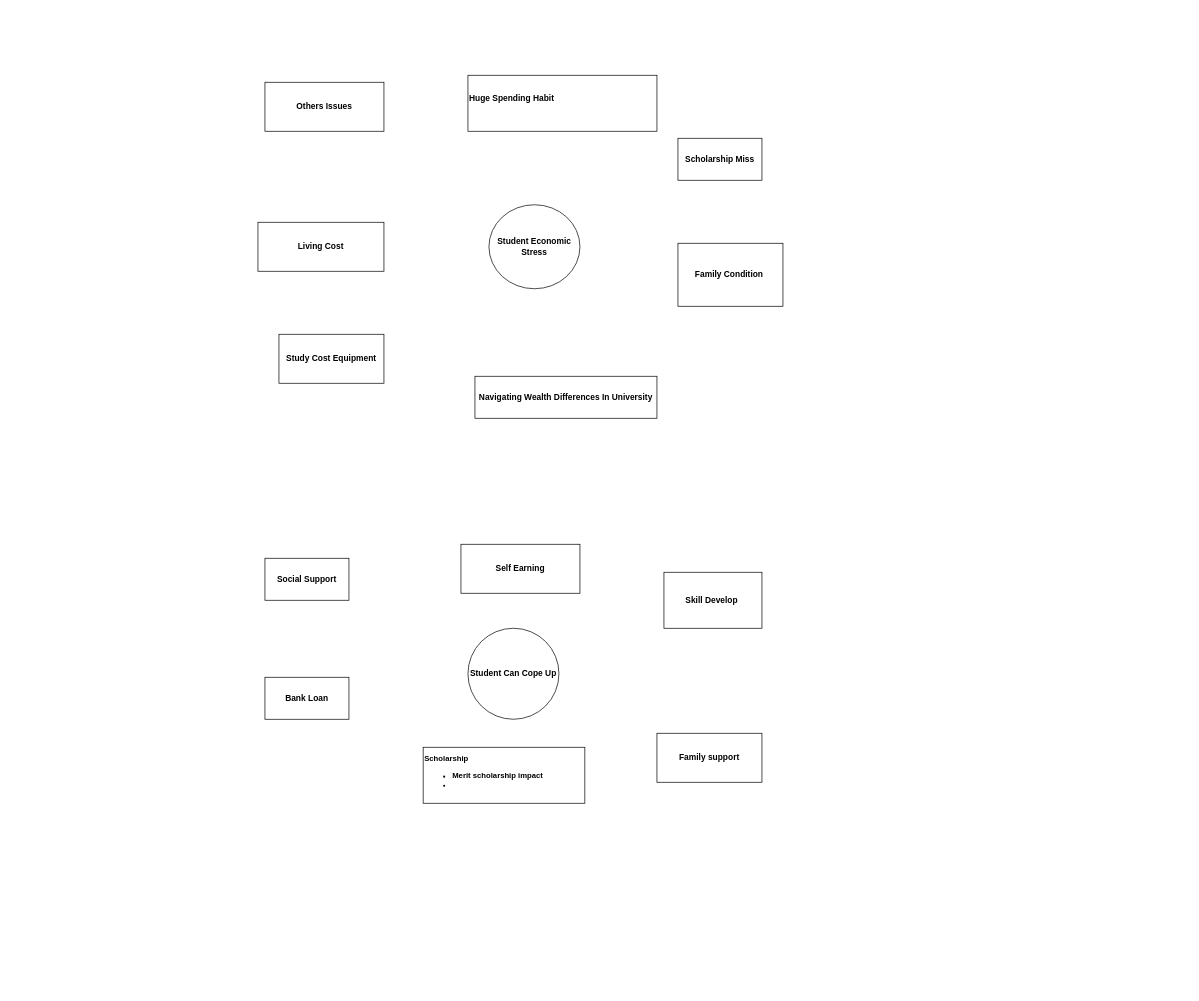
This is thesis.drawio from axif0/thesis, a draw.io file, before an edit. Source tidied: cells renumbered, new cells numbered last; positions are measured from the earlier drawing's top-left corner, leaving out a move shared by most shapes. Both pictures are drawn from the tidied source at 70%, with x=0, y=0 at pixel (258, 75).
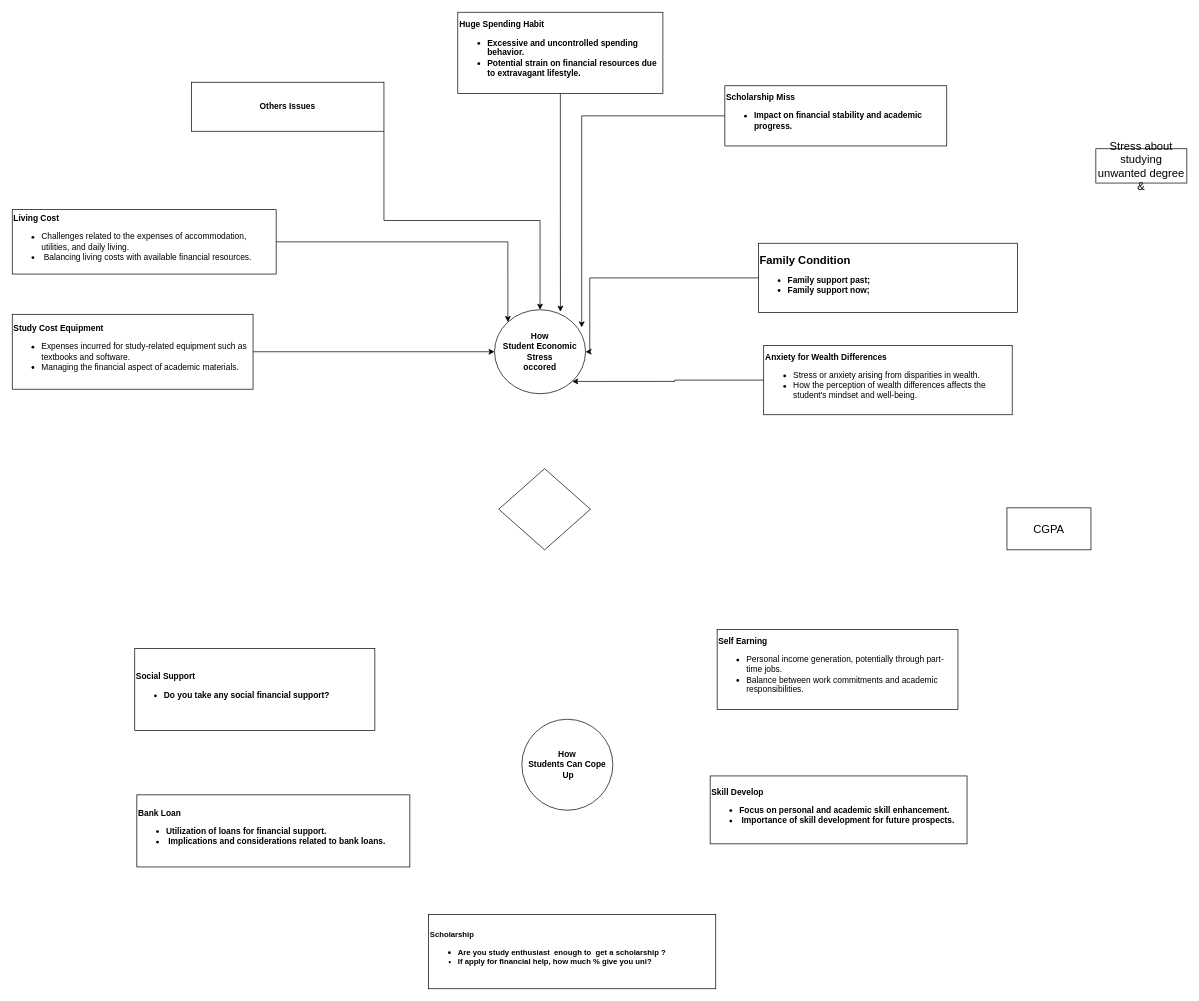
The same page after the edit.

Change to the diagram source:
```diff
@@
-    <mxCell id="2" value="&lt;b&gt;Student Economic Stress&lt;/b&gt;" style="ellipse;whiteSpace=wrap;html=1;" parent="1" vertex="1">
-      <mxGeometry x="330" y="185" width="130" height="120" as="geometry" />
+    <mxCell id="2" value="&lt;b&gt;How&lt;br&gt;Student Economic Stress&lt;br&gt;occored&lt;br&gt;&lt;/b&gt;" style="ellipse;whiteSpace=wrap;html=1;" parent="1" vertex="1">
+      <mxGeometry x="338" y="335" width="130" height="120" as="geometry" />
     </mxCell>
+    <mxCell id="17" style="edgeStyle=orthogonalEdgeStyle;rounded=0;jettySize=auto;html=1;exitX=1;exitY=1;exitDx=0;exitDy=0;" parent="1" edge="1" source="3" target="2">
+      <mxGeometry relative="1" as="geometry" />
+    </mxCell>
     <mxCell id="3" value="&lt;b&gt;Others Issues&lt;/b&gt;" style="rounded=0;whiteSpace=wrap;html=1;" parent="1" vertex="1">
-      <mxGeometry x="10" y="10" width="170" height="70" as="geometry" />
+      <mxGeometry x="-95" y="10" width="275" height="70" as="geometry" />
     </mxCell>
-    <mxCell id="4" value="&lt;b&gt;Huge Spending Habit&lt;br&gt;&lt;/b&gt;&lt;br&gt;" style="rounded=0;whiteSpace=wrap;html=1;align=left;" parent="1" vertex="1">
-      <mxGeometry x="300" width="270" height="80" as="geometry" />
+    <mxCell id="4" value="&lt;b&gt;Huge Spending Habit&lt;br&gt;&lt;ul&gt;&lt;li&gt;Excessive and uncontrolled spending behavior.&amp;nbsp;&lt;/li&gt;&lt;li&gt;Potential strain on financial resources due to extravagant lifestyle.&lt;/li&gt;&lt;/ul&gt;&lt;/b&gt;" style="rounded=0;whiteSpace=wrap;html=1;align=left;" parent="1" vertex="1">
+      <mxGeometry x="285.5" y="-90" width="293" height="116" as="geometry" />
     </mxCell>
-    <mxCell id="5" value="&lt;b&gt;Scholarship Miss&lt;/b&gt;" style="rounded=0;whiteSpace=wrap;html=1;" parent="1" vertex="1">
-      <mxGeometry x="600" y="90" width="120" height="60" as="geometry" />
+    <mxCell id="5" value="&lt;b&gt;Scholarship Miss&lt;/b&gt;&lt;br&gt;&lt;ul&gt;&lt;li&gt;&lt;b&gt;Impact on financial stability and academic progress.&lt;/b&gt;&lt;/li&gt;&lt;/ul&gt;" style="rounded=0;whiteSpace=wrap;html=1;align=left;" parent="1" vertex="1">
+      <mxGeometry x="667" y="15" width="317" height="86" as="geometry" />
     </mxCell>
+    <mxCell id="18" style="edgeStyle=orthogonalEdgeStyle;rounded=0;jettySize=auto;html=1;entryX=0;entryY=0;entryDx=0;entryDy=0;" parent="1" edge="1" source="6" target="2">
+      <mxGeometry relative="1" as="geometry" />
+    </mxCell>
-    <mxCell id="6" value="&lt;b&gt;Living Cost&lt;/b&gt;" style="rounded=0;whiteSpace=wrap;html=1;" parent="1" vertex="1">
-      <mxGeometry y="210" width="180" height="70" as="geometry" />
+    <mxCell id="6" value="&lt;b&gt;Living Cost&lt;/b&gt;&lt;br&gt;&lt;ul&gt;&lt;li&gt;Challenges related to the expenses of accommodation, utilities, and daily living.&lt;/li&gt;&lt;li&gt;&amp;nbsp;Balancing living costs with available financial resources.&lt;/li&gt;&lt;/ul&gt;" style="rounded=0;whiteSpace=wrap;html=1;align=left;" parent="1" vertex="1">
+      <mxGeometry x="-351" y="192" width="377" height="92" as="geometry" />
     </mxCell>
+    <mxCell id="19" style="edgeStyle=orthogonalEdgeStyle;rounded=0;jettySize=auto;html=1;" parent="1" edge="1" source="7" target="2">
+      <mxGeometry relative="1" as="geometry">
+        <Array as="points">
+          <mxPoint x="474" y="290" />
+          <mxPoint x="474" y="395" />
+        </Array>
+      </mxGeometry>
+    </mxCell>
-    <mxCell id="7" value="&lt;b&gt;Family Condition&amp;nbsp;&lt;/b&gt;" style="rounded=0;whiteSpace=wrap;html=1;" parent="1" vertex="1">
-      <mxGeometry x="600" y="240" width="150" height="90" as="geometry" />
+    <mxCell id="7" value="&lt;b style=&quot;&quot;&gt;&lt;span style=&quot;font-size: 16px;&quot;&gt;Family Condition&amp;nbsp;&lt;/span&gt;&lt;br&gt;&lt;ul&gt;&lt;li&gt;&lt;span style=&quot;background-color: transparent; font-family: Arial, sans-serif;&quot;&gt;Family support past;&amp;nbsp;&lt;/span&gt;&lt;br&gt;&lt;/li&gt;&lt;li&gt;&lt;span style=&quot;font-family: Arial, sans-serif; background-color: transparent; font-variant-numeric: normal; font-variant-east-asian: normal; font-variant-alternates: normal; font-variant-position: normal; vertical-align: baseline;&quot;&gt;&lt;font style=&quot;font-size: 12px;&quot;&gt;Family support now;&amp;nbsp;&lt;/font&gt;&lt;/span&gt;&lt;/li&gt;&lt;/ul&gt;&lt;/b&gt;&lt;p style=&quot;line-height: 1.8; margin-left: 144pt; margin-top: 0pt; margin-bottom: 0pt;&quot; dir=&quot;ltr&quot;&gt;&lt;/p&gt;&lt;p style=&quot;line-height: 1.8; margin-left: 144pt; margin-top: 0pt; margin-bottom: 0pt;&quot; dir=&quot;ltr&quot;&gt;&lt;/p&gt;&lt;div style=&quot;&quot;&gt;&lt;/div&gt;&lt;p style=&quot;&quot;&gt;&lt;/p&gt;&lt;p&gt;&lt;/p&gt;&lt;span id=&quot;docs-internal-guid-e3f19381-7fff-3e35-3ddc-5be22db2a7ea&quot;&gt;&lt;/span&gt;" style="rounded=0;whiteSpace=wrap;html=1;align=left;" parent="1" vertex="1">
+      <mxGeometry x="715" y="240" width="370" height="99" as="geometry" />
     </mxCell>
-    <mxCell id="8" value="&lt;b&gt;Navigating Wealth Differences In University&lt;/b&gt;" style="rounded=0;whiteSpace=wrap;html=1;" parent="1" vertex="1">
-      <mxGeometry x="310" y="430" width="260" height="60" as="geometry" />
+    <mxCell id="8" value="&lt;b&gt;Anxiety for Wealth Differences&amp;nbsp;&lt;br&gt;&lt;/b&gt;&lt;ul&gt;&lt;li&gt;Stress or anxiety arising from disparities in wealth.&amp;nbsp;&lt;/li&gt;&lt;li&gt;How the perception of wealth differences affects the student's mindset and well-being.&lt;/li&gt;&lt;/ul&gt;" style="rounded=0;whiteSpace=wrap;html=1;align=left;" parent="1" vertex="1">
+      <mxGeometry x="722.5" y="386" width="355" height="99" as="geometry" />
     </mxCell>
+    <mxCell id="20" style="edgeStyle=orthogonalEdgeStyle;rounded=0;jettySize=auto;html=1;entryX=0;entryY=0.5;entryDx=0;entryDy=0;" parent="1" edge="1" source="9" target="2">
+      <mxGeometry relative="1" as="geometry" />
+    </mxCell>
-    <mxCell id="9" value="&lt;b&gt;Study Cost Equipment&lt;/b&gt;" style="rounded=0;whiteSpace=wrap;html=1;" parent="1" vertex="1">
-      <mxGeometry x="30" y="370" width="150" height="70" as="geometry" />
+    <mxCell id="9" value="&lt;b&gt;Study Cost Equipment&lt;/b&gt;&lt;br&gt;&lt;ul&gt;&lt;li&gt;Expenses incurred for study-related equipment such as textbooks and software.&amp;nbsp;&lt;/li&gt;&lt;li&gt;Managing the financial aspect of academic materials.&lt;/li&gt;&lt;/ul&gt;" style="rounded=0;whiteSpace=wrap;html=1;align=left;" parent="1" vertex="1">
+      <mxGeometry x="-351" y="341.5" width="344" height="107" as="geometry" />
     </mxCell>
-    <mxCell id="10" value="&lt;b&gt;Student Can Cope Up&lt;/b&gt;" style="ellipse;whiteSpace=wrap;html=1;" parent="1" vertex="1">
-      <mxGeometry x="300" y="790" width="130" height="130" as="geometry" />
+    <mxCell id="10" value="&lt;b&gt;How&lt;br&gt;Students Can Cope&lt;br&gt;&amp;nbsp;Up&lt;/b&gt;" style="ellipse;whiteSpace=wrap;html=1;" parent="1" vertex="1">
+      <mxGeometry x="377" y="920" width="130" height="130" as="geometry" />
     </mxCell>
-    <mxCell id="11" value="&lt;b&gt;Self Earning&lt;/b&gt;" style="rounded=0;whiteSpace=wrap;html=1;" parent="1" vertex="1">
-      <mxGeometry x="290" y="670" width="170" height="70" as="geometry" />
+    <mxCell id="11" value="&lt;b&gt;Self Earning&lt;/b&gt;&lt;br&gt;&lt;ul&gt;&lt;li&gt;Personal income generation, potentially through part-time jobs.&amp;nbsp;&lt;/li&gt;&lt;li&gt;Balance between work commitments and academic responsibilities.&lt;/li&gt;&lt;/ul&gt;" style="rounded=0;whiteSpace=wrap;html=1;align=left;" parent="1" vertex="1">
+      <mxGeometry x="656" y="792" width="344" height="114" as="geometry" />
     </mxCell>
-    <mxCell id="12" value="&lt;b&gt;Social Support&lt;/b&gt;" style="rounded=0;whiteSpace=wrap;html=1;" parent="1" vertex="1">
-      <mxGeometry x="10" y="690" width="120" height="60" as="geometry" />
+    <mxCell id="12" value="&lt;b&gt;Social Support&lt;/b&gt;&lt;br&gt;&lt;ul&gt;&lt;li&gt;&lt;b&gt;Do you take any social financial support?&lt;/b&gt;&lt;/li&gt;&lt;/ul&gt;" style="rounded=0;whiteSpace=wrap;html=1;align=left;" parent="1" vertex="1">
+      <mxGeometry x="-176" y="819" width="343" height="117" as="geometry" />
     </mxCell>
-    <mxCell id="13" value="&lt;b&gt;Bank Loan&lt;/b&gt;" style="rounded=0;whiteSpace=wrap;html=1;" parent="1" vertex="1">
-      <mxGeometry x="10" y="860" width="120" height="60" as="geometry" />
+    <mxCell id="13" value="&lt;b&gt;Bank Loan&lt;/b&gt;&lt;br&gt;&lt;ul style=&quot;&quot;&gt;&lt;li style=&quot;&quot;&gt;&lt;b&gt;Utilization of loans for financial support.&lt;/b&gt;&lt;/li&gt;&lt;li style=&quot;&quot;&gt;&lt;b&gt;&amp;nbsp;Implications and considerations related to bank loans.&lt;/b&gt;&lt;br&gt;&lt;/li&gt;&lt;/ul&gt;" style="rounded=0;whiteSpace=wrap;html=1;align=left;" parent="1" vertex="1">
+      <mxGeometry x="-173" y="1028" width="390" height="103" as="geometry" />
     </mxCell>
-    <mxCell id="14" value="&lt;b style=&quot;font-size: 11px;&quot;&gt;Scholarship&lt;br&gt;&lt;ul&gt;&lt;li&gt;&lt;b&gt;Merit scholarship impact&lt;br&gt;&lt;/b&gt;&lt;/li&gt;&lt;li&gt;&lt;b&gt;&lt;br&gt;&lt;/b&gt;&lt;/li&gt;&lt;/ul&gt;&lt;/b&gt;" style="rounded=0;whiteSpace=wrap;html=1;align=left;" parent="1" vertex="1">
-      <mxGeometry x="236" y="960" width="231" height="80" as="geometry" />
+    <mxCell id="14" value="&lt;b style=&quot;font-size: 11px;&quot;&gt;Scholarship&lt;/b&gt;&lt;br&gt;&lt;ul style=&quot;&quot;&gt;&lt;li style=&quot;&quot;&gt;&lt;b style=&quot;font-size: 11px;&quot;&gt;Are you study &lt;/b&gt;&lt;span style=&quot;font-size: 11px;&quot;&gt;&lt;b&gt;enthusiast&lt;/b&gt;&lt;/span&gt;&lt;b style=&quot;font-size: 11px;&quot;&gt;&amp;nbsp;&amp;nbsp;enough to&amp;nbsp; get a scholarship ?&lt;/b&gt;&lt;br&gt;&lt;/li&gt;&lt;li style=&quot;font-size: 11px; font-weight: bold;&quot;&gt;&lt;b&gt;If apply for financial help, how much % give you uni?&lt;/b&gt;&lt;/li&gt;&lt;/ul&gt;" style="rounded=0;whiteSpace=wrap;html=1;align=left;" parent="1" vertex="1">
+      <mxGeometry x="243.5" y="1199" width="410.5" height="106" as="geometry" />
     </mxCell>
-    <mxCell id="15" value="&lt;b&gt;Skill Develop&amp;nbsp;&lt;/b&gt;" style="rounded=0;whiteSpace=wrap;html=1;" parent="1" vertex="1">
-      <mxGeometry x="580" y="710" width="140" height="80" as="geometry" />
+    <mxCell id="15" value="&lt;b&gt;Skill Develop&amp;nbsp;&lt;/b&gt;&lt;br&gt;&lt;ul&gt;&lt;li&gt;&lt;b&gt;Focus on personal and academic skill enhancement.&lt;/b&gt;&lt;/li&gt;&lt;li&gt;&lt;b&gt;&amp;nbsp;Importance of skill development for future prospects.&lt;/b&gt;&lt;/li&gt;&lt;/ul&gt;" style="rounded=0;whiteSpace=wrap;html=1;align=left;" parent="1" vertex="1">
+      <mxGeometry x="646" y="1001" width="367" height="97" as="geometry" />
     </mxCell>
-    <mxCell id="16" value="&lt;b&gt;Family support&lt;/b&gt;" style="rounded=0;whiteSpace=wrap;html=1;" parent="1" vertex="1">
-      <mxGeometry x="570" y="940" width="150" height="70" as="geometry" />
-    </mxCell>
+    <mxCell id="21" style="rhombus;whiteSpace=wrap;html=1;" parent="1" vertex="1">
+      <mxGeometry x="344" y="562" width="131" height="116" as="geometry" />
+    </mxCell>
+    <mxCell id="22" style="edgeStyle=orthogonalEdgeStyle;rounded=0;jettySize=auto;html=1;entryX=0.724;entryY=0.023;entryDx=0;entryDy=0;entryPerimeter=0;" parent="1" edge="1" source="4" target="2">
+      <mxGeometry relative="1" as="geometry" />
+    </mxCell>
+    <mxCell id="23" style="edgeStyle=orthogonalEdgeStyle;rounded=0;jettySize=auto;html=1;entryX=1;entryY=1;entryDx=0;entryDy=0;" parent="1" edge="1" source="8" target="2">
+      <mxGeometry relative="1" as="geometry" />
+    </mxCell>
+    <mxCell id="24" style="edgeStyle=orthogonalEdgeStyle;rounded=0;jettySize=auto;html=1;entryX=0.958;entryY=0.21;entryDx=0;entryDy=0;entryPerimeter=0;" parent="1" edge="1" source="5" target="2">
+      <mxGeometry relative="1" as="geometry" />
+    </mxCell>
+    <mxCell id="25" value="CGPA" style="rounded=0;whiteSpace=wrap;html=1;fontSize=16;" parent="1" vertex="1">
+      <mxGeometry x="1070" y="618" width="120" height="60" as="geometry" />
+    </mxCell>
+    <mxCell id="26" value="Stress about studying unwanted degree &amp;amp;" style="rounded=0;whiteSpace=wrap;html=1;fontSize=16;direction=south;" parent="1" vertex="1">
+      <mxGeometry x="1197" y="105" width="130" height="49" as="geometry" />
+    </mxCell>
```
